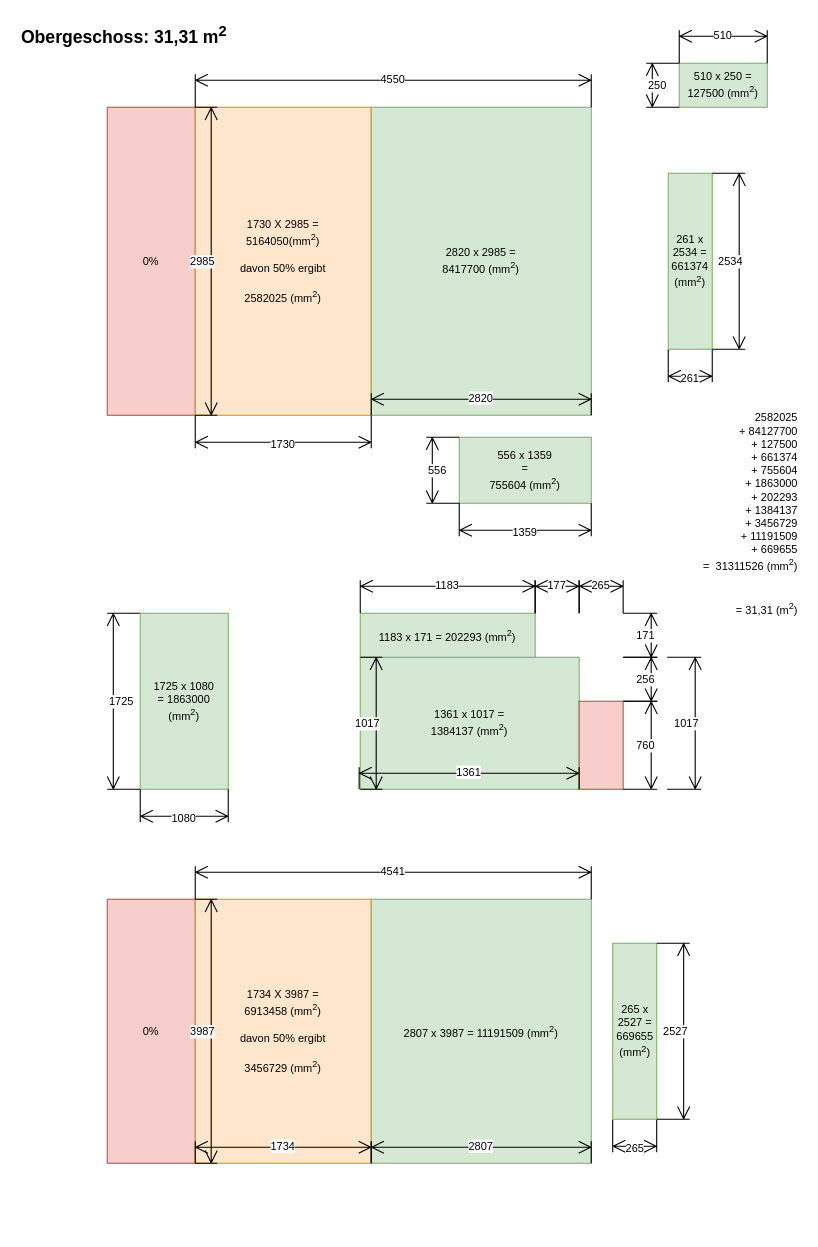
Earlier version of the draw.io diagram page "Obergeschoss" (2 of 3) of ruderzimmer.drawio (episcopus2001/wohnflaeche). Source tidied: cells renumbered, new cells numbered last; positions are measured from the earlier drawing's top-left corner, leaving out a move shared by most shapes. Both pictures are drawn from the tidied source at 110%, with x=0, y=0 at pixel (19, 19).
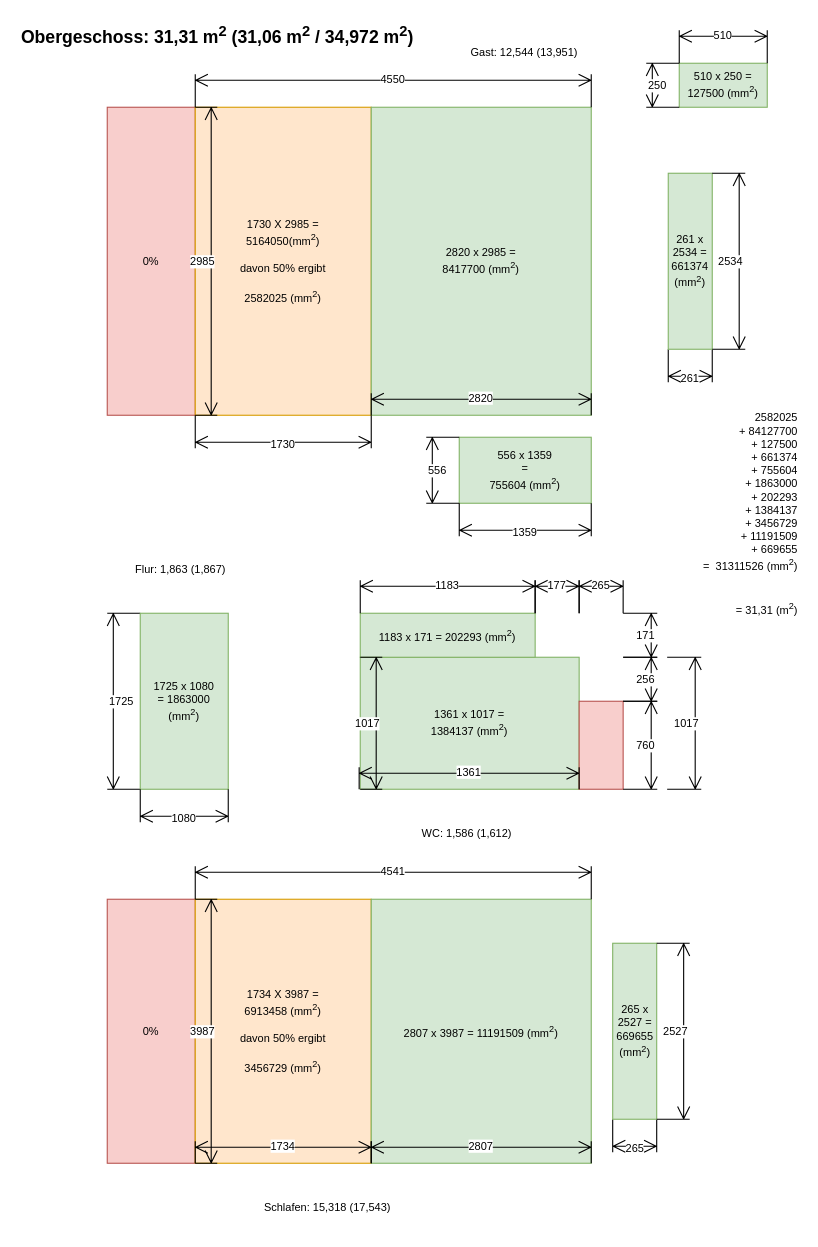
Above is the later version.

Diff of the diagram source:
```diff
@@
-    <mxCell id="2" value="Obergeschoss: 31,31 m&lt;sup&gt;2&lt;/sup&gt;" style="text;html=1;strokeColor=none;fillColor=none;align=left;verticalAlign=middle;whiteSpace=wrap;rounded=0;fontStyle=1;fontSize=16;" parent="1" vertex="1">
-      <mxGeometry width="280" height="30" as="geometry" />
+    <mxCell id="2" value="Obergeschoss: 31,31 m&lt;sup&gt;2&lt;/sup&gt; (31,06 m&lt;sup&gt;2&lt;/sup&gt; / 34,972 m&lt;sup&gt;2&lt;/sup&gt;)" style="text;html=1;strokeColor=none;fillColor=none;align=left;verticalAlign=middle;whiteSpace=wrap;rounded=0;fontStyle=1;fontSize=16;" parent="1" vertex="1">
+      <mxGeometry width="370" height="30" as="geometry" />
     </mxCell>
@@
+    <mxCell id="45" value="WC: 1,586 (1,612)" style="text;html=1;strokeColor=none;fillColor=none;align=right;verticalAlign=middle;whiteSpace=wrap;rounded=0;fontSize=10;fontColor=none;" parent="1" vertex="1">
+      <mxGeometry x="350" y="720" width="100" height="40" as="geometry" />
+    </mxCell>
+    <mxCell id="46" value="Flur: 1,863 (1,867)" style="text;html=1;strokeColor=none;fillColor=none;align=right;verticalAlign=middle;whiteSpace=wrap;rounded=0;fontSize=10;fontColor=none;" parent="1" vertex="1">
+      <mxGeometry x="90" y="480" width="100" height="40" as="geometry" />
+    </mxCell>
+    <mxCell id="47" value="Schlafen: 15,318 (17,543)" style="text;html=1;strokeColor=none;fillColor=none;align=right;verticalAlign=middle;whiteSpace=wrap;rounded=0;fontSize=10;fontColor=none;" parent="1" vertex="1">
+      <mxGeometry x="180" y="1060" width="160" height="40" as="geometry" />
+    </mxCell>
+    <mxCell id="48" value="Gast: 12,544 (13,951)" style="text;html=1;strokeColor=none;fillColor=none;align=right;verticalAlign=middle;whiteSpace=wrap;rounded=0;fontSize=10;fontColor=none;" parent="1" vertex="1">
+      <mxGeometry x="350" y="10" width="160" height="40" as="geometry" />
+    </mxCell>
```
